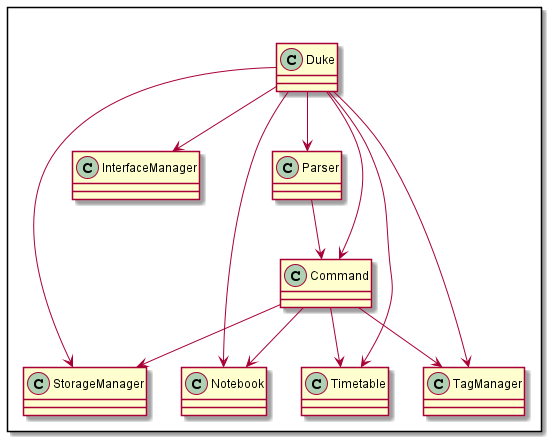
Earlier version of the PlantUML export docs/diagrams/out/Architecture_Overview.png (nus-cs2113-AY2021S1/tp).
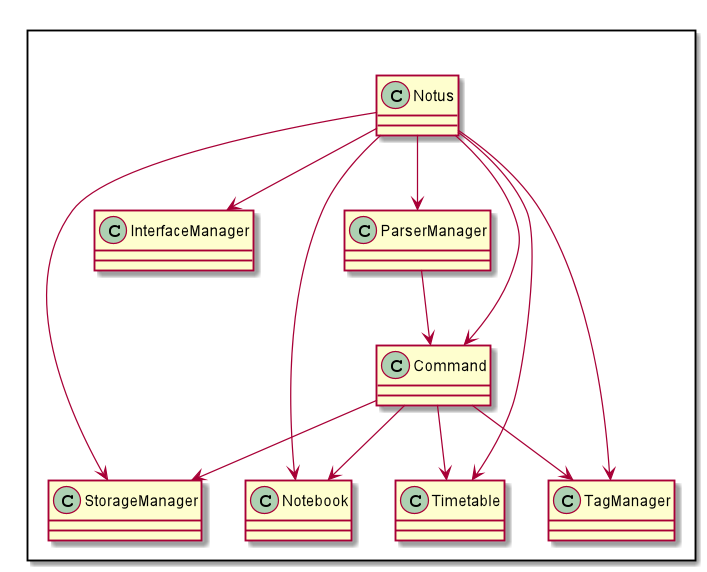
The same file after the commit.

The edit, as a diff of the source:
```diff
@@ -6,20 +6,20 @@
     Class Notebook
     Class Timetable
     Class TagManager
-    Class Parser
+    Class ParserManager
     Class Command
-    Class Duke
+    Class Notus
 }
 
-Duke --> StorageManager
-Duke --> InterfaceManager
-Duke --> Notebook
-Duke --> Timetable
-Duke --> TagManager
-Duke --> Parser
-Duke --> Command
+Notus --> StorageManager
+Notus --> InterfaceManager
+Notus --> Notebook
+Notus --> Timetable
+Notus --> TagManager
+Notus --> ParserManager
+Notus --> Command
 
-Parser --> Command
+ParserManager --> Command
 
 Command --> Notebook
 Command --> Timetable
```
